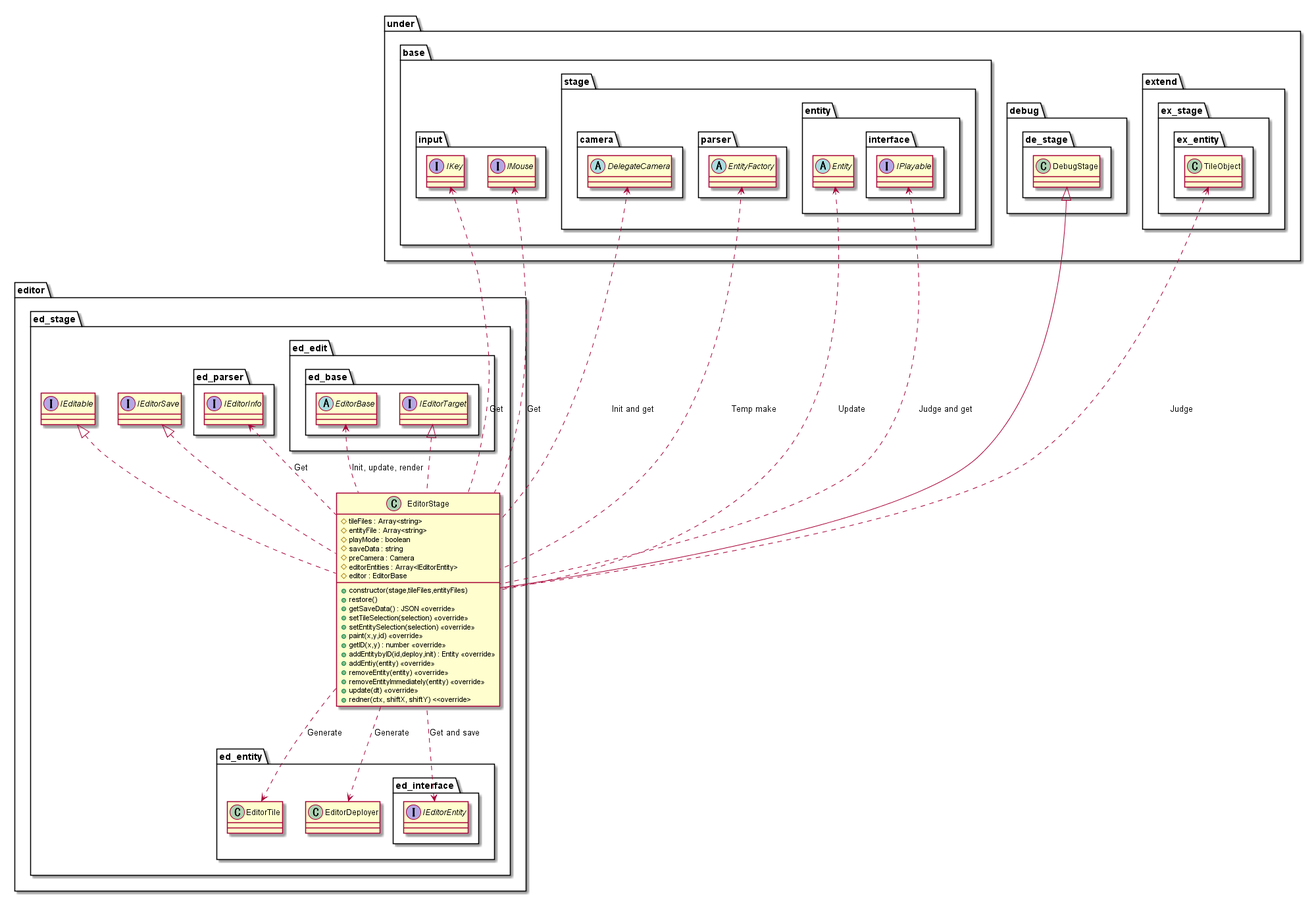
Expine/Under keeps this PlantUML diagram as out/uml/editor/Stage/EditorStage.png. Above is the earlier version.
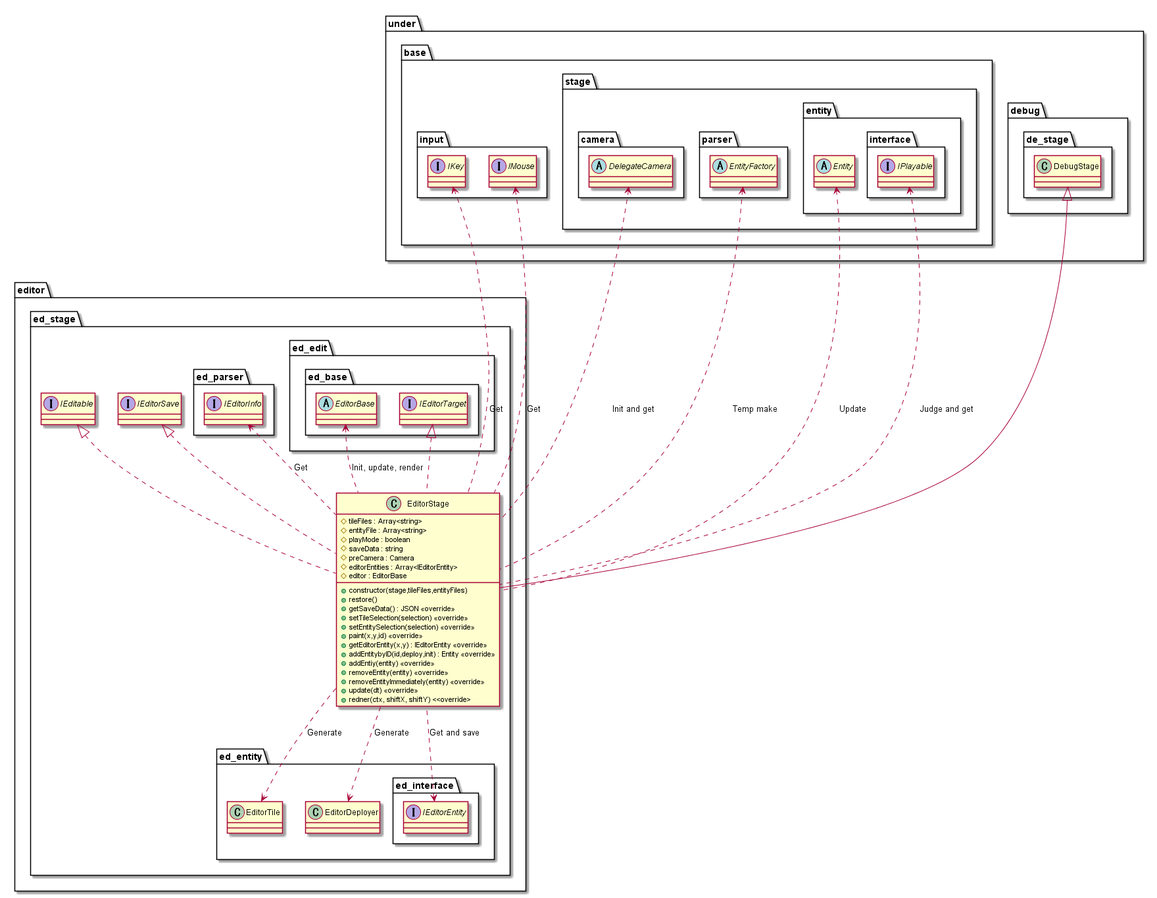
After the change.

What changed in the source:
```diff
@@ -16,7 +16,7 @@
             +setTileSelection(selection) <<override>>
             +setEntitySelection(selection) <<override>>
             +paint(x,y,id) <<override>>
-            +getID(x,y) : number <<override>>
+            +getEditorEntity(x,y) : IEditorEntity <<override>>
             +addEntitybyID(id,deploy,init) : Entity <<override>>
             +addEntiy(entity) <<override>>
             +removeEntity(entity) <<override>>
@@ -53,13 +53,6 @@
             class DebugStage
         }
     }
-    package extend {
-        package ex_stage {
-            package ex_entity {
-                class TileObject
-            }
-        }
-    }
 }
 
 package editor {
@@ -85,7 +78,6 @@
     }
 }
 
-TileObject <... EditorStage : Judge
 IEditorEntity <.. EditorStage : Get and save
 EditorBase <.. EditorStage : Init, update, render
 IEditorInfo <.. EditorStage : Get
```
